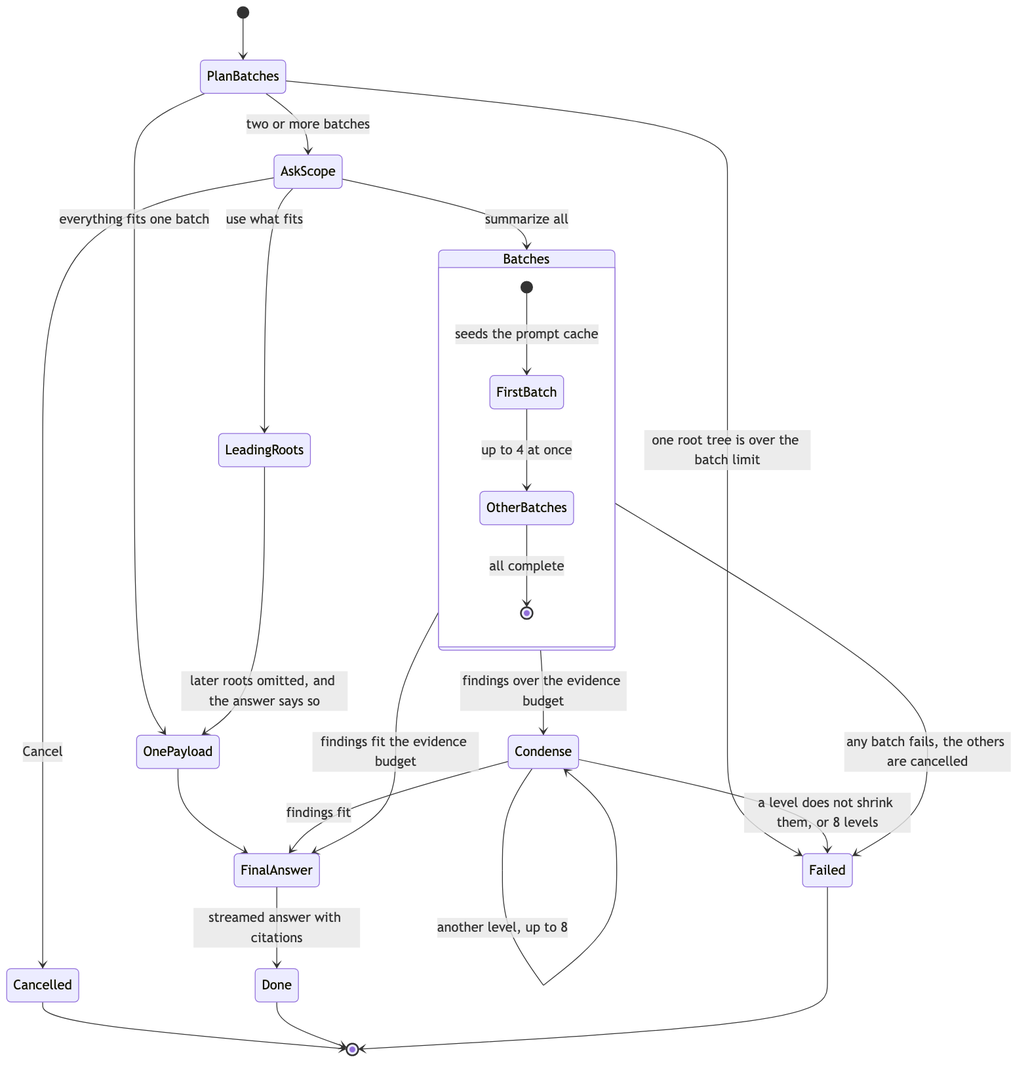
The Mermaid diagram docs/diagrams/png/agent-view-summary.png in evolvingstuff/MetaList, before a commit. Its source is kept beside it as docs/diagrams/agent-view-summary.mmd.
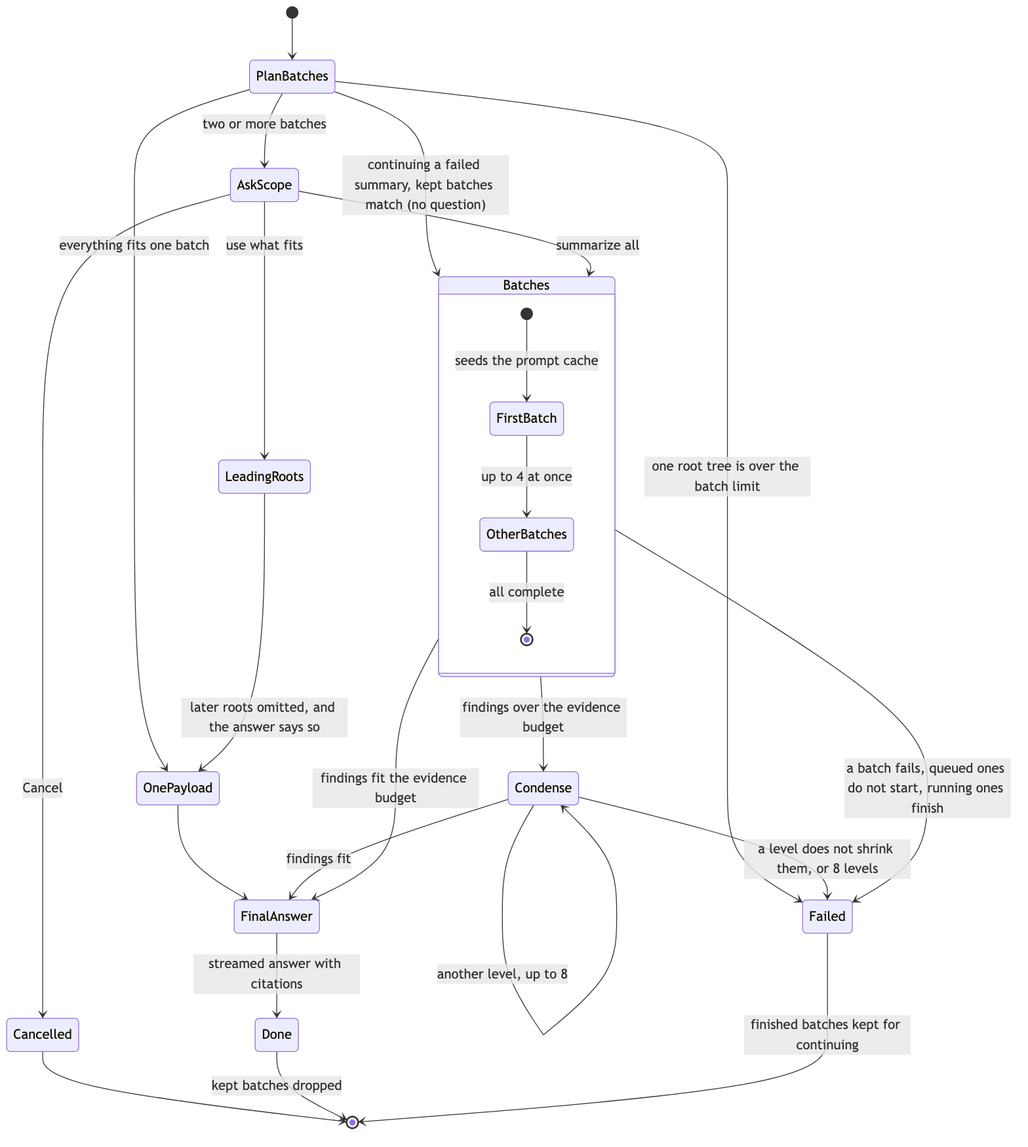
Above is the later version.

What changed in the source:
```diff
@@ -3,6 +3,7 @@
     PlanBatches --> Failed : one root tree is over the batch limit
     PlanBatches --> OnePayload : everything fits one batch
     PlanBatches --> AskScope : two or more batches
+    PlanBatches --> Batches : continuing a failed summary, kept batches match (no question)
     AskScope --> Cancelled : Cancel
     AskScope --> LeadingRoots : use what fits
     AskScope --> Batches : summarize all
@@ -13,7 +14,7 @@
         FirstBatch --> OtherBatches : up to 4 at once
         OtherBatches --> [*] : all complete
     }
-    Batches --> Failed : any batch fails, the others are cancelled
+    Batches --> Failed : a batch fails, queued ones do not start, running ones finish
     Batches --> FinalAnswer : findings fit the evidence budget
     Batches --> Condense : findings over the evidence budget
     Condense --> Condense : another level, up to 8
@@ -21,5 +22,5 @@
     Condense --> Failed : a level does not shrink them, or 8 levels
     FinalAnswer --> Done : streamed answer with citations
     Cancelled --> [*]
-    Done --> [*]
-    Failed --> [*]
+    Done --> [*] : kept batches dropped
+    Failed --> [*] : finished batches kept for continuing
```
